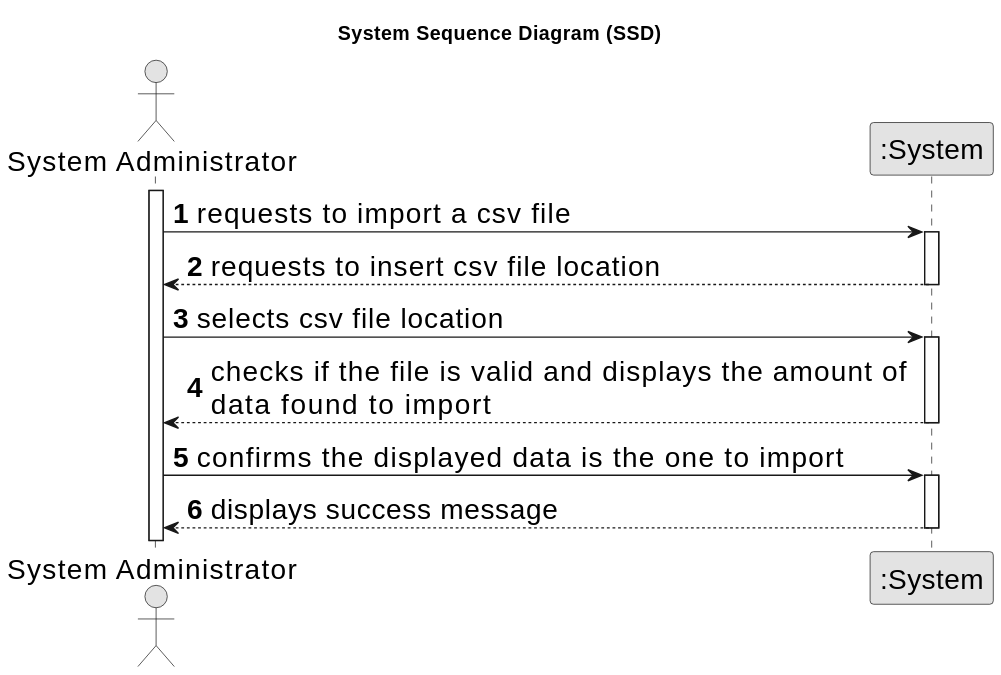
The PlantUML diagram docs/sprintD/us019/01.requirements-engineering/svg/us019-system-sequence-diagram.svg in Goncalves2525/real-estate-management-system, before a commit. The source it was exported from:
```plantuml
@startuml
skinparamlocked defaultFontSize 20
skinparam monochrome true
skinparam packageStyle rectangle
skinparam shadowing false

title System Sequence Diagram (SSD)

autonumber

actor "System Administrator" as Admin
participant ":System" as System

activate Admin

    Admin -> System : requests to import a csv file
    activate System


    System --> Admin : requests to insert csv file location
    deactivate System

    Admin -> System: selects csv file location
    activate System

    System --> Admin: checks if the file is valid and displays the amount of \ndata found to import
    deactivate System



    Admin -> System : confirms the displayed data is the one to import
    activate System

    System --> Admin : displays success message
    deactivate System
@enduml
```
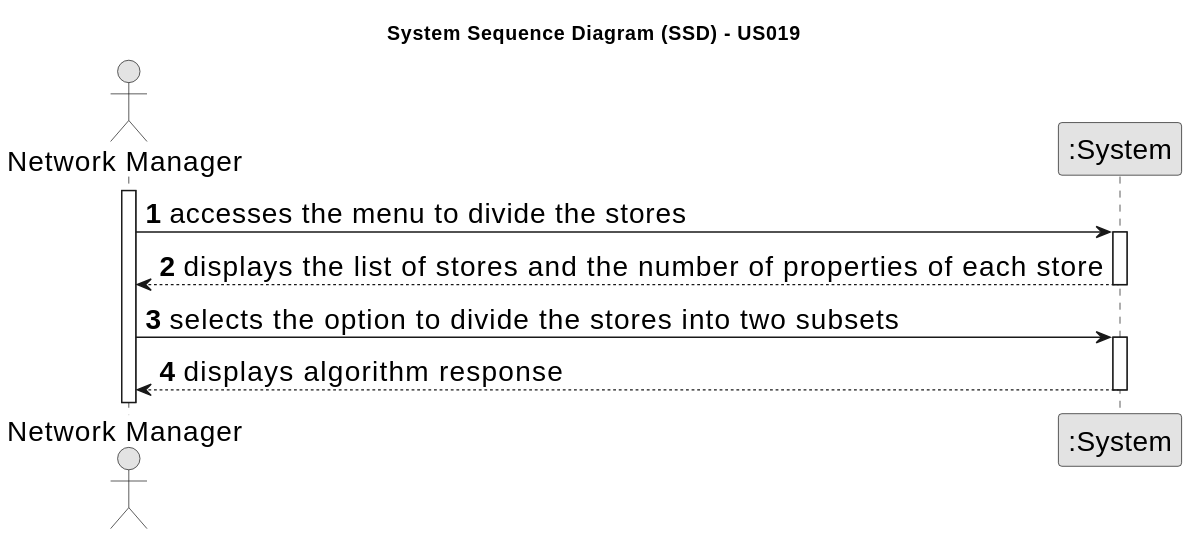
Above is the later version.

Change to the diagram source:
```diff
@@ -4,33 +4,24 @@
 skinparam packageStyle rectangle
 skinparam shadowing false
 
-title System Sequence Diagram (SSD)
+title System Sequence Diagram (SSD) - US019
 
 autonumber
 
-actor "System Administrator" as Admin
+actor "Network Manager" as Manager
 participant ":System" as System
 
-activate Admin
+activate Manager
 
-    Admin -> System : requests to import a csv file
+    Manager -> System : accesses the menu to divide the stores
     activate System
 
-
-    System --> Admin : requests to insert csv file location
+    System --> Manager : displays the list of stores and the number of properties of each store
     deactivate System
 
-    Admin -> System: selects csv file location
+    Manager -> System : selects the option to divide the stores into two subsets
     activate System
 
-    System --> Admin: checks if the file is valid and displays the amount of \ndata found to import
-    deactivate System
-
-
-
-    Admin -> System : confirms the displayed data is the one to import
-    activate System
-
-    System --> Admin : displays success message
+    System --> Manager : displays algorithm response
     deactivate System
 @enduml
```
